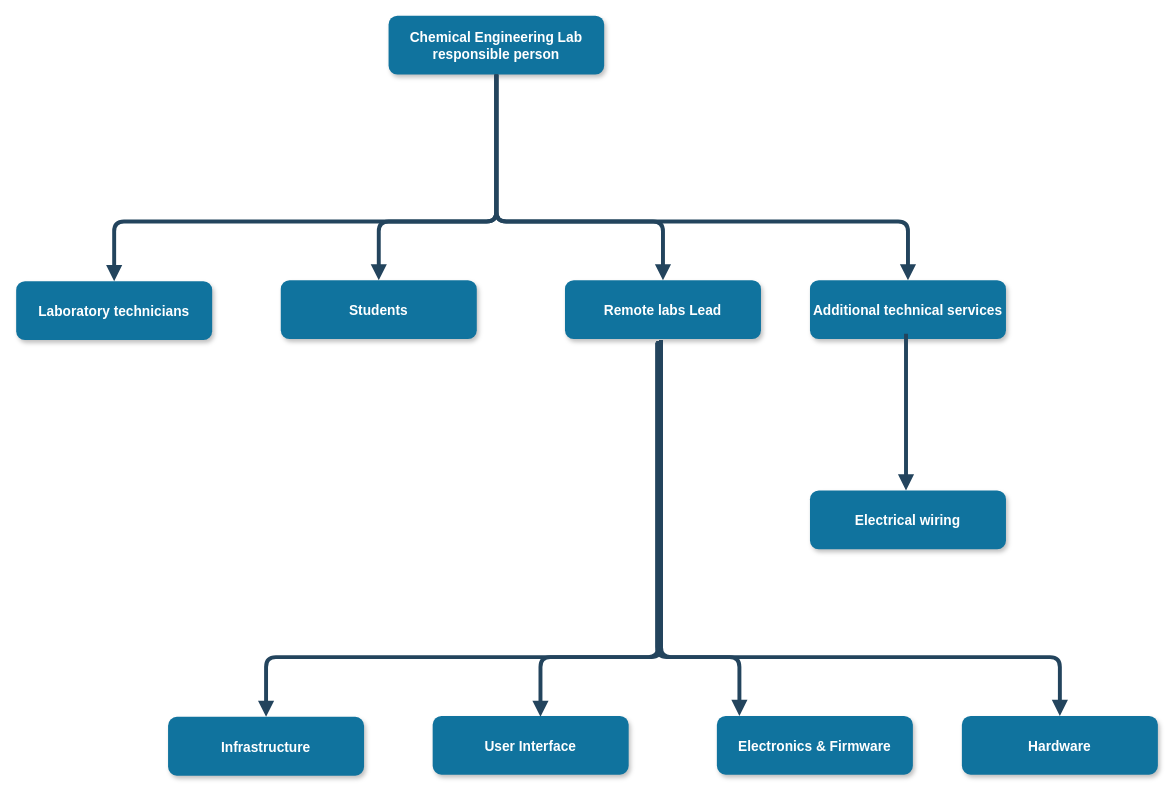
This is Untitled Diagram.drawio from practable/artwork-uoe, a draw.io file, before an edit. Source tidied: cells renumbered, new cells numbered last; positions are measured from the earlier drawing's top-left corner, leaving out a move shared by most shapes. Both pictures are drawn from the tidied source at 98%, with x=0, y=0 at pixel (16, 16).
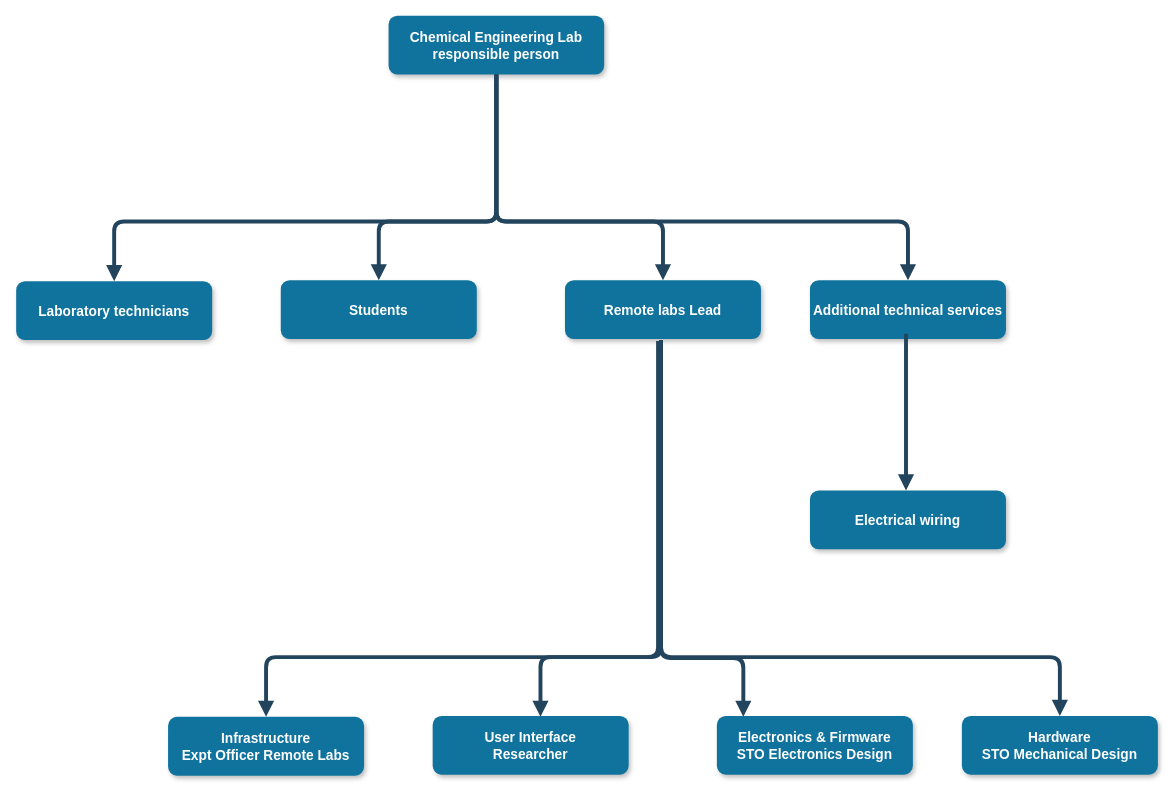
The same diagram, later.

The change refers to these unchanged cells:
```xml
<mxCell id="5" value="Remote labs Lead" style="rounded=1;fillColor=#10739E;strokeColor=none;shadow=1;gradientColor=none;fontStyle=1;fontColor=#FFFFFF;fontSize=14;" parent="1" vertex="1">
  <mxGeometry x="560" y="269.5" width="200" height="60" as="geometry" />
</mxCell>
```

The edit, as a diff of the source:
```diff
@@
-    <mxCell id="11" value="Infrastructure" style="rounded=1;fillColor=#10739E;strokeColor=none;shadow=1;gradientColor=none;fontStyle=1;fontColor=#FFFFFF;fontSize=14;" parent="1" vertex="1">
+    <mxCell id="11" value="Infrastructure&#10;Expt Officer Remote Labs" style="rounded=1;fillColor=#10739E;strokeColor=none;shadow=1;gradientColor=none;fontStyle=1;fontColor=#FFFFFF;fontSize=14;" parent="1" vertex="1">
       <mxGeometry x="155" y="715" width="200" height="60" as="geometry" />
     </mxCell>
-    <mxCell id="12" value="User Interface" style="rounded=1;fillColor=#10739E;strokeColor=none;shadow=1;gradientColor=none;fontStyle=1;fontColor=#FFFFFF;fontSize=14;" parent="1" vertex="1">
+    <mxCell id="12" value="User Interface&#10;Researcher" style="rounded=1;fillColor=#10739E;strokeColor=none;shadow=1;gradientColor=none;fontStyle=1;fontColor=#FFFFFF;fontSize=14;" parent="1" vertex="1">
       <mxGeometry x="425" y="714" width="200" height="60" as="geometry" />
     </mxCell>
-    <mxCell id="13" value="Electronics &amp; Firmware" style="rounded=1;fillColor=#10739E;strokeColor=none;shadow=1;gradientColor=none;fontStyle=1;fontColor=#FFFFFF;fontSize=14;" parent="1" vertex="1">
+    <mxCell id="13" value="Electronics &amp; Firmware&#10;STO Electronics Design" style="rounded=1;fillColor=#10739E;strokeColor=none;shadow=1;gradientColor=none;fontStyle=1;fontColor=#FFFFFF;fontSize=14;" parent="1" vertex="1">
       <mxGeometry x="715" y="714" width="200" height="60" as="geometry" />
     </mxCell>
-    <mxCell id="14" value="Hardware" style="rounded=1;fillColor=#10739E;strokeColor=none;shadow=1;gradientColor=none;fontStyle=1;fontColor=#FFFFFF;fontSize=14;" parent="1" vertex="1">
+    <mxCell id="14" value="Hardware&#10;STO Mechanical Design" style="rounded=1;fillColor=#10739E;strokeColor=none;shadow=1;gradientColor=none;fontStyle=1;fontColor=#FFFFFF;fontSize=14;" parent="1" vertex="1">
       <mxGeometry x="965" y="714" width="200" height="60" as="geometry" />
     </mxCell>
@@
-    <mxCell id="18" style="edgeStyle=elbowEdgeStyle;elbow=vertical;strokeWidth=4;endArrow=block;endFill=1;fontStyle=1;strokeColor=#23445D;exitX=0.47;exitY=1.058;exitDx=0;exitDy=0;exitPerimeter=0;" parent="1" edge="1" source="5" target="13">
+    <mxCell id="18" style="edgeStyle=elbowEdgeStyle;elbow=vertical;strokeWidth=4;endArrow=block;endFill=1;fontStyle=1;strokeColor=#23445D;exitX=0.47;exitY=1.058;exitDx=0;exitDy=0;exitPerimeter=0;" parent="1" edge="1">
       <mxGeometry x="22" y="165.5" as="geometry">
+        <mxPoint x="658" y="334" as="sourcePoint" />
+        <mxPoint x="742" y="715" as="targetPoint" />
         <Array as="points">
-          <mxPoint x="738" y="654" />
+          <mxPoint x="742" y="655" />
         </Array>
       </mxGeometry>
     </mxCell>
```
